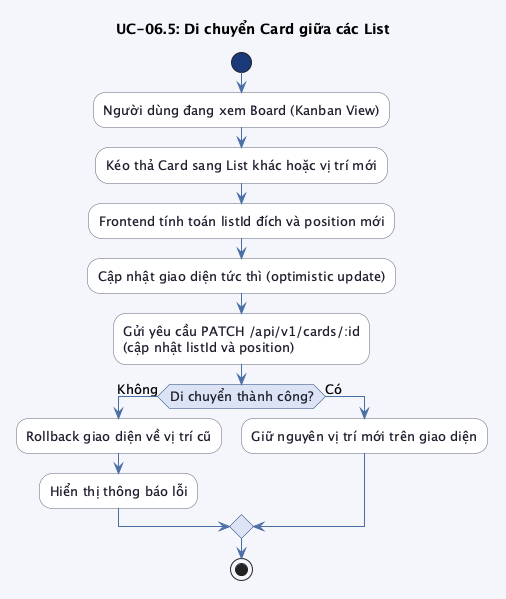
The PlantUML diagram src/images/chap3/activity_uc06_5.png in trongnhan34vn/trello-report, before a commit.
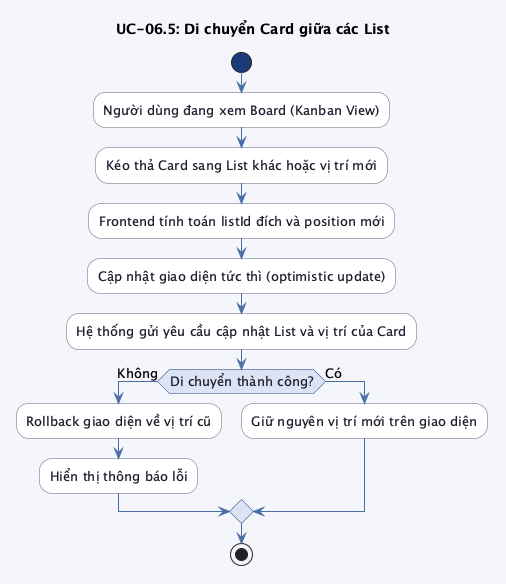
Later version of the same file.

The edit, as a diff of the source:
```diff
@@ -23,7 +23,7 @@
 :Kéo thả Card sang List khác hoặc vị trí mới;
 :Frontend tính toán listId đích và position mới;
 :Cập nhật giao diện tức thì (optimistic update);
-:Gửi yêu cầu PATCH /api/v1/cards/:id\n(cập nhật listId và position);
+:Hệ thống gửi yêu cầu cập nhật List và vị trí của Card;
 
 if (Di chuyển thành công?) then (Không)
     :Rollback giao diện về vị trí cũ;
```
